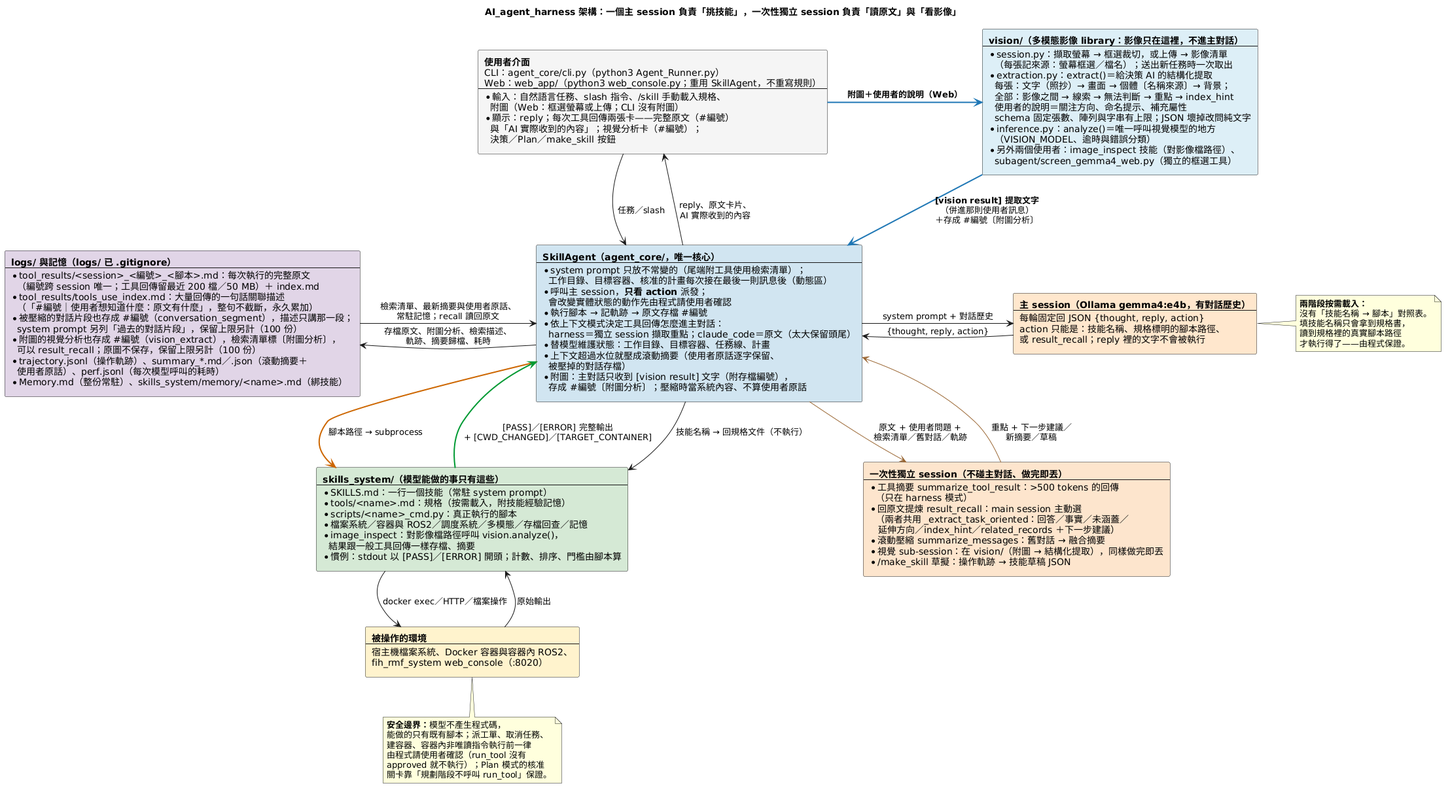
This is doc/images/AI_agent_harness的說明.png from DavidZox/AI_agent_harness, a PlantUML export, as it was before one commit. The source it was exported from:
```plantuml
@startuml
skinparam RectangleWidthMax 340
skinparam ranksep 60
skinparam nodesep 60
skinparam shadowing false
skinparam defaultFontName "Microsoft JhengHei"

title AI_agent_harness 架構：一個主 session 負責「挑技能」，一次性獨立 session 負責「讀原文」與「看影像」

rectangle NodeUser #F5F5F5 [
  **使用者介面**
  CLI：agent_core/cli.py（python3 Agent_Runner.py）
  Web：web_app/（python3 web_console.py；重用 SkillAgent，不重寫規則）
  ----
  * 輸入：自然語言任務、slash 指令、/skill 手動載入規格、
    附圖（Web：框選螢幕或上傳；CLI 沒有附圖）
  * 顯示：reply；每次工具回傳兩張卡——完整原文（#編號）
    與「AI 實際收到的內容」；視覺分析卡（#編號）；
    決策／Plan／make_skill 按鈕
]

rectangle NodeVision #DDEEF6 [
  **vision/（多模態影像 library：影像只在這裡，不進主對話）**
  ----
  * session.py：擷取螢幕 → 框選裁切，或上傳 → 影像清單
    （每張記來源：螢幕框選／檔名）；送出新任務時一次取出
  * extraction.py：extract()＝給決策 AI 的結構化提取
    每張：文字（照抄）→ 畫面 → 個體〔名稱來源〕→ 背景；
    全部：影像之間 → 線索 → 無法判斷 → 重點 → index_hint
    使用者的說明＝關注方向、命名提示、補充屬性
    schema 固定張數、陣列與字串有上限；JSON 壞掉改問純文字
  * inference.py：analyze()＝唯一呼叫視覺模型的地方
    （VISION_MODEL、逾時與錯誤分類）
  * 另外兩個使用者：image_inspect 技能（對影像檔路徑）、
    subagent/screen_gemma4_web.py（獨立的框選工具）
]

rectangle NodeAgent #D1E5F0 [
  **SkillAgent（agent_core/，唯一核心）**
  ----
  * system prompt 只放不常變的（尾端附工具使用檢索清單）；
    工作目錄、目標容器、核准的計畫每次接在最後一則訊息後（動態區）
  * 呼叫主 session，**只看 action** 派發；
    會改變實體狀態的動作先由程式請使用者確認
  * 執行腳本 → 記軌跡 → 原文存檔 #編號
  * 依上下文模式決定工具回傳怎麼進主對話：
    harness＝獨立 session 擷取重點；claude_code＝原文（太大保留頭尾）
  * 替模型維護狀態：工作目錄、目標容器、任務線、計畫
  * 上下文超過水位就壓成滾動摘要（使用者原話逐字保留、
    被壓掉的對話存檔）
  * 附圖：主對話只收到 [vision result] 文字（附存檔編號），
    存成 #編號〔附圖分析〕；壓縮時當系統內容、不算使用者原話
]

rectangle NodeLLM #FFE6CC [
  **主 session（Ollama gemma4:e4b，有對話歷史）**
  ----
  每輪固定回 JSON {thought, reply, action}
  action 只能是：技能名稱、規格標明的腳本路徑、
  或 result_recall；reply 裡的文字不會被執行
]

rectangle NodeSub #FCE5CD [
  **一次性獨立 session（不碰主對話、做完即丟）**
  ----
  * 工具摘要 summarize_tool_result：>500 tokens 的回傳
    （只在 harness 模式）
  * 回原文提煉 result_recall：main session 主動選
    （兩者共用 _extract_task_oriented：回答／事實／未涵蓋／
     延伸方向／index_hint／related_records ＋下一步建議）
  * 滾動壓縮 summarize_messages：舊對話 → 融合摘要
  * 視覺 sub-session：在 vision/（附圖 → 結構化提取），同樣做完即丟
  * /make_skill 草擬：操作軌跡 → 技能草稿 JSON
]

rectangle NodeSkills #D5E8D4 [
  **skills_system/（模型能做的事只有這些）**
  ----
  * SKILLS.md：一行一個技能（常駐 system prompt）
  * tools/<name>.md：規格（按需載入，附技能經驗記憶）
  * scripts/<name>_cmd.py：真正執行的腳本
  * 檔案系統／容器與 ROS2／調度系統／多模態／存檔回查／記憶
  * image_inspect：對影像檔路徑呼叫 vision.analyze()，
    結果跟一般工具回傳一樣存檔、摘要
  * 慣例：stdout 以 [PASS]／[ERROR] 開頭；計數、排序、門檻由腳本算
]

rectangle NodeWorld #FFF2CC [
  **被操作的環境**
  ----
  宿主機檔案系統、Docker 容器與容器內 ROS2、
  fih_rmf_system web_console（:8020）
]

rectangle NodeStore #E1D5E7 [
  **logs/ 與記憶（logs/ 已 .gitignore）**
  ----
  * tool_results/<session>_<編號>_<腳本>.md：每次執行的完整原文
    （編號跨 session 唯一；工具回傳留最近 200 檔／50 MB）＋ index.md
  * tool_results/tools_use_index.md：大量回傳的一句話關聯描述
    （「#編號｜使用者想知道什麼：原文有什麼」，整句不截斷，永久累加）
  * 被壓縮的對話片段也存成 #編號（conversation_segment），描述只講那一段；
    system prompt 另列「過去的對話片段」，保留上限另計（100 份）
  * 附圖的視覺分析也存成 #編號（vision_extract），檢索清單標〔附圖分析〕，
    可以 result_recall；原圖不保存，保留上限另計（100 份）
  * trajectory.jsonl（操作軌跡）、summary_*.md／.json（滾動摘要＋
    使用者原話）、perf.jsonl（每次模型呼叫的耗時）
  * Memory.md（整份常駐）、skills_system/memory/<name>.md（綁技能）
]

NodeUser -down-> NodeAgent : 任務／slash
NodeAgent -up-> NodeUser : reply、原文卡片、\nAI 實際收到的內容
NodeAgent -right-> NodeLLM : system prompt + 對話歷史
NodeLLM -left-> NodeAgent : {thought, reply, action}
NodeAgent -[#996633]right-> NodeSub : 原文 + 使用者問題 +\n檢索清單／舊對話／軌跡
NodeSub -[#996633]left-> NodeAgent : 重點 + 下一步建議／\n新摘要／草稿
NodeUser -[#1F77B4,bold]right-> NodeVision : **附圖＋使用者的說明（Web）**
NodeVision -[#1F77B4,bold]down-> NodeAgent : **[vision result] 提取文字**\n（併進那則使用者訊息）\n＋存成 #編號〔附圖分析〕
NodeAgent -down-> NodeSkills : 技能名稱 → 回規格文件（不執行）
NodeAgent -[#CC6600,bold]down-> NodeSkills : 腳本路徑 → subprocess
NodeSkills -down-> NodeWorld : docker exec／HTTP／檔案操作
NodeWorld -up-> NodeSkills : 原始輸出
NodeSkills -[#009933,bold]up-> NodeAgent : [PASS]／[ERROR] 完整輸出\n+ [CWD_CHANGED]／[TARGET_CONTAINER]
NodeAgent -left-> NodeStore : 存檔原文、附圖分析、檢索描述、\n軌跡、摘要歸檔、耗時
NodeStore -right-> NodeAgent : 檢索清單、最新摘要與使用者原話、\n常駐記憶；recall 讀回原文
NodeLLM -[hidden]down-> NodeSub
NodeVision -[hidden]down-> NodeLLM

note right of NodeLLM
  **兩階段按需載入：**
  沒有「技能名稱 → 腳本」對照表。
  填技能名稱只會拿到規格書，
  讀到規格裡的真實腳本路徑
  才執行得了——由程式保證。
end note

note bottom of NodeWorld
  **安全邊界：**模型不產生程式碼，
  能做的只有既有腳本；派工單、取消任務、
  建容器、容器內非唯讀指令執行前一律
  由程式請使用者確認（run_tool 沒有
  approved 就不執行）；Plan 模式的核准
  關卡靠「規劃階段不呼叫 run_tool」保證。
end note
@enduml
```
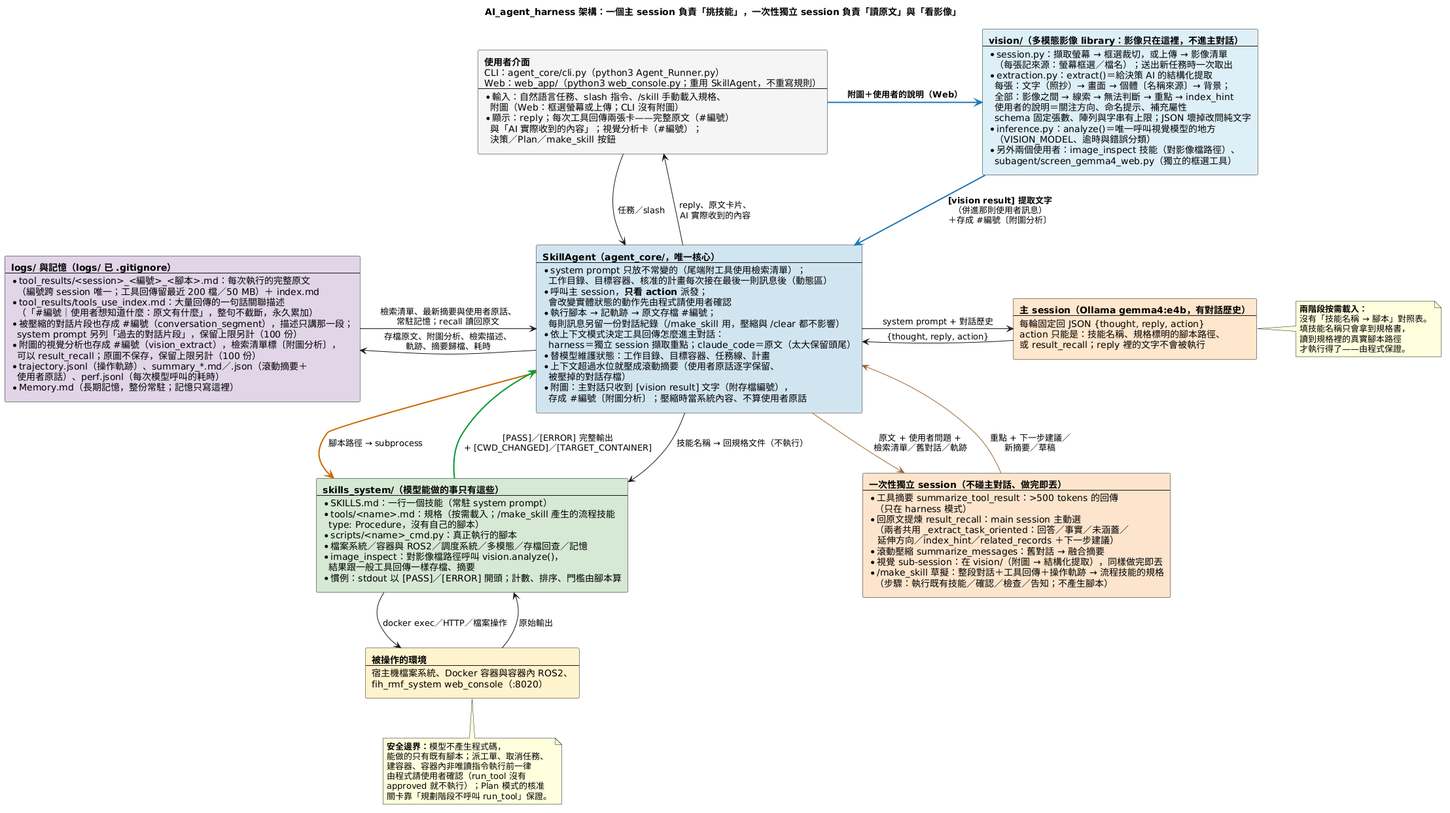
The same diagram one commit later.

What changed in the source:
```diff
@@ -42,7 +42,8 @@
     工作目錄、目標容器、核准的計畫每次接在最後一則訊息後（動態區）
   * 呼叫主 session，**只看 action** 派發；
     會改變實體狀態的動作先由程式請使用者確認
-  * 執行腳本 → 記軌跡 → 原文存檔 #編號
+  * 執行腳本 → 記軌跡 → 原文存檔 #編號；
+    每則訊息另留一份對話紀錄（/make_skill 用，壓縮與 /clear 都不影響）
   * 依上下文模式決定工具回傳怎麼進主對話：
     harness＝獨立 session 擷取重點；claude_code＝原文（太大保留頭尾）
   * 替模型維護狀態：工作目錄、目標容器、任務線、計畫
@@ -70,14 +71,16 @@
      延伸方向／index_hint／related_records ＋下一步建議）
   * 滾動壓縮 summarize_messages：舊對話 → 融合摘要
   * 視覺 sub-session：在 vision/（附圖 → 結構化提取），同樣做完即丟
-  * /make_skill 草擬：操作軌跡 → 技能草稿 JSON
+  * /make_skill 草擬：整段對話＋工具回傳＋操作軌跡 → 流程技能的規格
+    （步驟：執行既有技能／確認／檢查／告知；不產生腳本）
 ]
 
 rectangle NodeSkills #D5E8D4 [
   **skills_system/（模型能做的事只有這些）**
   ----
   * SKILLS.md：一行一個技能（常駐 system prompt）
-  * tools/<name>.md：規格（按需載入，附技能經驗記憶）
+  * tools/<name>.md：規格（按需載入；/make_skill 產生的流程技能
+    type: Procedure，沒有自己的腳本）
   * scripts/<name>_cmd.py：真正執行的腳本
   * 檔案系統／容器與 ROS2／調度系統／多模態／存檔回查／記憶
   * image_inspect：對影像檔路徑呼叫 vision.analyze()，
@@ -105,7 +108,7 @@
     可以 result_recall；原圖不保存，保留上限另計（100 份）
   * trajectory.jsonl（操作軌跡）、summary_*.md／.json（滾動摘要＋
     使用者原話）、perf.jsonl（每次模型呼叫的耗時）
-  * Memory.md（整份常駐）、skills_system/memory/<name>.md（綁技能）
+  * Memory.md（長期記憶，整份常駐；記憶只寫這裡）
 ]
 
 NodeUser -down-> NodeAgent : 任務／slash
```
